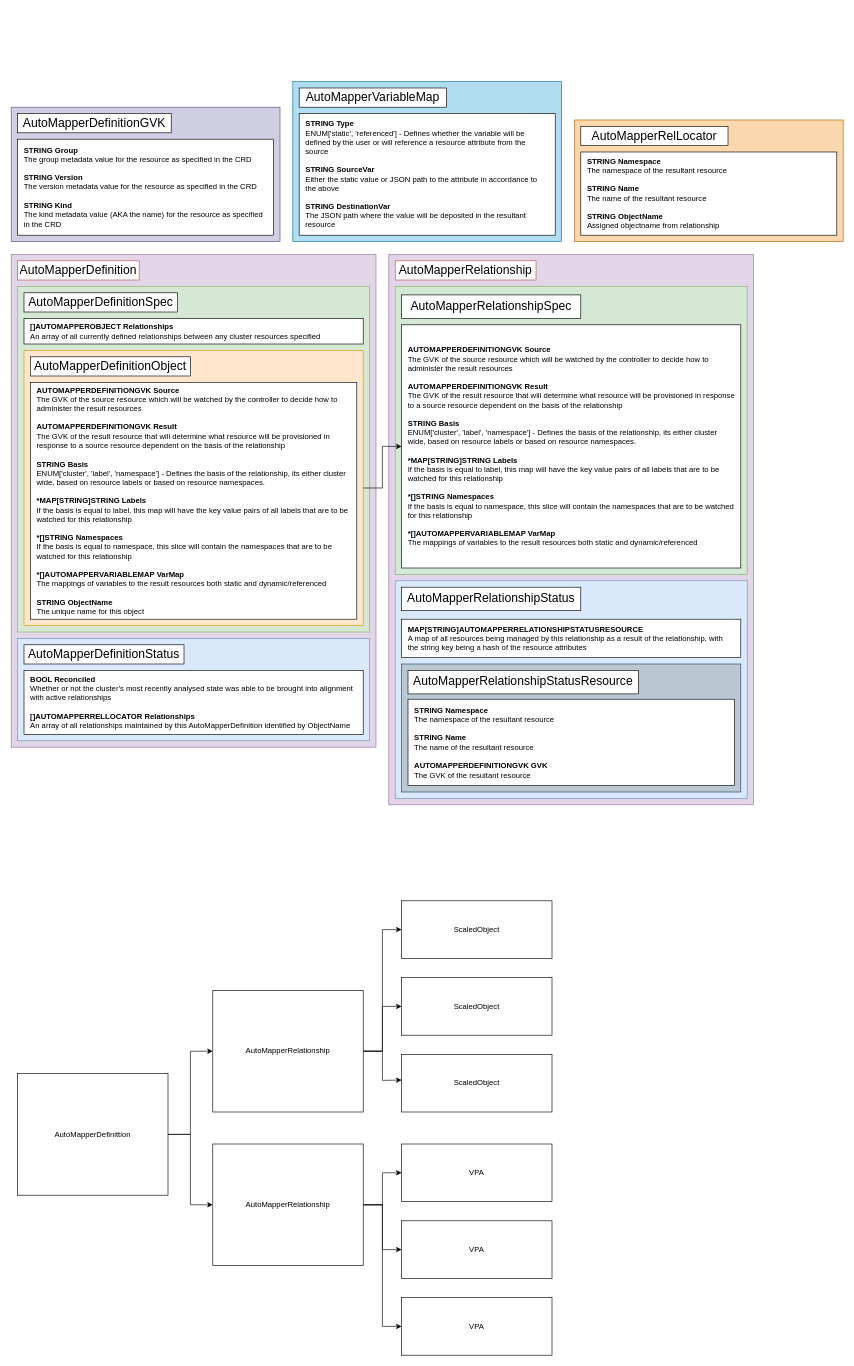
This is lazy/lazyOperator.drawio from DanielTardelli/lazyOperator, a draw.io file, before an edit. Source tidied: cells renumbered, new cells numbered last; positions are measured from the earlier drawing's top-left corner, leaving out a move shared by most shapes. Both pictures are drawn from the tidied source at 64%, with x=0, y=0 at pixel (11, 81).
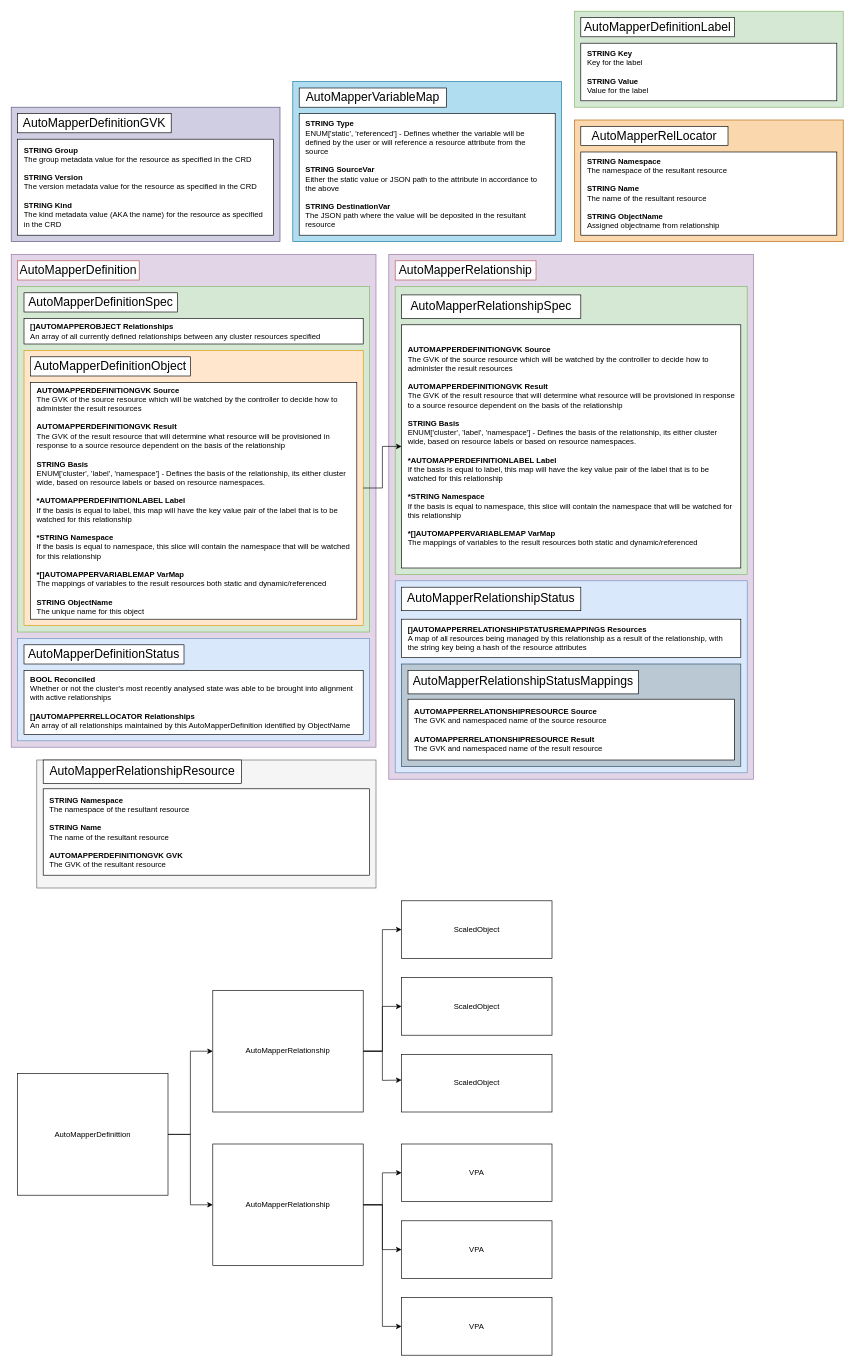
The same page after the edit.

Unchanged cells that the change refers to:
```xml
<mxCell id="10" style="group;" parent="1" vertex="1">
  <mxGeometry x="20" y="420" width="540" height="510" as="geometry" />
</mxCell>
```

Change to the diagram source:
```diff
@@
-    <mxCell id="13" value="&lt;div&gt;&lt;b&gt;AUTOMAPPERDEFINITIONGVK Source&lt;/b&gt;&lt;/div&gt;&lt;div&gt;The GVK of the source resource which will be watched by the controller to decide how to administer the result resources&lt;/div&gt;&lt;div&gt;&lt;br&gt;&lt;/div&gt;&lt;div&gt;&lt;b&gt;AUTOMAPPERDEFINITIONGVK Result&lt;/b&gt;&lt;/div&gt;&lt;div&gt;The GVK of the result resource that will determine what resource will be provisioned in response to a source resource dependent on the basis of the relationship&lt;/div&gt;&lt;div&gt;&lt;br&gt;&lt;/div&gt;&lt;div&gt;&lt;b&gt;STRING Basis&lt;/b&gt;&lt;/div&gt;&lt;div&gt;ENUM['cluster', 'label', 'namespace'] - Defines the basis of the relationship, its either cluster wide, based on resource labels or based on resource namespaces.&lt;/div&gt;&lt;div&gt;&lt;br&gt;&lt;/div&gt;&lt;div&gt;&lt;b&gt;*MAP[STRING]STRING Labels&lt;/b&gt;&lt;/div&gt;&lt;div&gt;If the basis is equal to label, this map will have the key value pairs of all labels that are to be watched for this relationship&lt;/div&gt;&lt;div&gt;&lt;br&gt;&lt;/div&gt;&lt;div&gt;&lt;b&gt;*[]STRING Namespaces&lt;/b&gt;&lt;/div&gt;&lt;div&gt;If the basis is equal to namespace, this slice will contain the namespaces that are to be watched for this relationship&lt;/div&gt;&lt;div&gt;&lt;br&gt;&lt;/div&gt;&lt;div&gt;&lt;b&gt;*[]AUTOMAPPERVARIABLEMAP VarMap&lt;/b&gt;&lt;/div&gt;&lt;div&gt;The mappings of variables to the result resources both static and dynamic/referenced&lt;/div&gt;&lt;div&gt;&lt;br&gt;&lt;/div&gt;&lt;div&gt;&lt;b&gt;STRING ObjectName&lt;/b&gt;&lt;/div&gt;&lt;div&gt;The unique name for this object&lt;/div&gt;" style="rounded=0;whiteSpace=wrap;html=1;align=left;spacing=10;" parent="10" vertex="1">
+    <mxCell id="13" value="&lt;div&gt;&lt;b&gt;AUTOMAPPERDEFINITIONGVK Source&lt;/b&gt;&lt;/div&gt;&lt;div&gt;The GVK of the source resource which will be watched by the controller to decide how to administer the result resources&lt;/div&gt;&lt;div&gt;&lt;br&gt;&lt;/div&gt;&lt;div&gt;&lt;b&gt;AUTOMAPPERDEFINITIONGVK Result&lt;/b&gt;&lt;/div&gt;&lt;div&gt;The GVK of the result resource that will determine what resource will be provisioned in response to a source resource dependent on the basis of the relationship&lt;/div&gt;&lt;div&gt;&lt;br&gt;&lt;/div&gt;&lt;div&gt;&lt;b&gt;STRING Basis&lt;/b&gt;&lt;/div&gt;&lt;div&gt;ENUM['cluster', 'label', 'namespace'] - Defines the basis of the relationship, its either cluster wide, based on resource labels or based on resource namespaces.&lt;/div&gt;&lt;div&gt;&lt;br&gt;&lt;/div&gt;&lt;div&gt;&lt;b&gt;*AUTOMAPPERDEFINITIONLABEL Label&lt;/b&gt;&lt;/div&gt;&lt;div&gt;If the basis is equal to label, this map will have the key value pair of the label that is to be watched for this relationship&lt;/div&gt;&lt;div&gt;&lt;br&gt;&lt;/div&gt;&lt;div&gt;&lt;b&gt;*STRING Namespace&lt;/b&gt;&lt;/div&gt;&lt;div&gt;If the basis is equal to namespace, this slice will contain the namespace that will be watched for this relationship&lt;/div&gt;&lt;div&gt;&lt;br&gt;&lt;/div&gt;&lt;div&gt;&lt;b&gt;*[]AUTOMAPPERVARIABLEMAP VarMap&lt;/b&gt;&lt;/div&gt;&lt;div&gt;The mappings of variables to the result resources both static and dynamic/referenced&lt;/div&gt;&lt;div&gt;&lt;br&gt;&lt;/div&gt;&lt;div&gt;&lt;b&gt;STRING ObjectName&lt;/b&gt;&lt;/div&gt;&lt;div&gt;The unique name for this object&lt;/div&gt;" style="rounded=0;whiteSpace=wrap;html=1;align=left;spacing=10;" parent="10" vertex="1">
       <mxGeometry x="10" y="50" width="510" height="370" as="geometry" />
     </mxCell>
@@
     <mxCell id="23" style="rounded=0;whiteSpace=wrap;html=1;fillColor=#e1d5e7;strokeColor=#9673a6;" parent="1" vertex="1">
-      <mxGeometry x="590" y="270" width="570" height="860" as="geometry" />
+      <mxGeometry x="590" y="270" width="570" height="820" as="geometry" />
     </mxCell>
@@
-    <mxCell id="26" value="&lt;div&gt;&lt;b&gt;AUTOMAPPERDEFINITIONGVK Source&lt;/b&gt;&lt;/div&gt;&lt;div&gt;The GVK of the source resource which will be watched by the controller to decide how to administer the result resources&lt;/div&gt;&lt;div&gt;&lt;br&gt;&lt;/div&gt;&lt;div&gt;&lt;b&gt;AUTOMAPPERDEFINITIONGVK Result&lt;/b&gt;&lt;/div&gt;&lt;div&gt;The GVK of the result resource that will determine what resource will be provisioned in response to a source resource dependent on the basis of the relationship&lt;/div&gt;&lt;div&gt;&lt;br&gt;&lt;/div&gt;&lt;div&gt;&lt;b&gt;STRING Basis&lt;/b&gt;&lt;/div&gt;&lt;div&gt;ENUM['cluster', 'label', 'namespace'] - Defines the basis of the relationship, its either cluster wide, based on resource labels or based on resource namespaces.&lt;/div&gt;&lt;div&gt;&lt;br&gt;&lt;/div&gt;&lt;div&gt;&lt;b&gt;*MAP[STRING]STRING Labels&lt;/b&gt;&lt;/div&gt;&lt;div&gt;If the basis is equal to label, this map will have the key value pairs of all labels that are to be watched for this relationship&lt;/div&gt;&lt;div&gt;&lt;br&gt;&lt;/div&gt;&lt;div&gt;&lt;b&gt;*[]STRING Namespaces&lt;/b&gt;&lt;/div&gt;&lt;div&gt;If the basis is equal to namespace, this slice will contain the namespaces that are to be watched for this relationship&lt;/div&gt;&lt;div&gt;&lt;br&gt;&lt;/div&gt;&lt;div&gt;&lt;b&gt;*[]AUTOMAPPERVARIABLEMAP VarMap&lt;/b&gt;&lt;/div&gt;&lt;div&gt;The mappings of variables to the result resources both static and dynamic/referenced&lt;/div&gt;" style="rounded=0;whiteSpace=wrap;html=1;align=left;spacing=10;" parent="1" vertex="1">
+    <mxCell id="26" value="&lt;div&gt;&lt;b&gt;AUTOMAPPERDEFINITIONGVK Source&lt;/b&gt;&lt;/div&gt;&lt;div&gt;The GVK of the source resource which will be watched by the controller to decide how to administer the result resources&lt;/div&gt;&lt;div&gt;&lt;br&gt;&lt;/div&gt;&lt;div&gt;&lt;b&gt;AUTOMAPPERDEFINITIONGVK Result&lt;/b&gt;&lt;/div&gt;&lt;div&gt;The GVK of the result resource that will determine what resource will be provisioned in response to a source resource dependent on the basis of the relationship&lt;/div&gt;&lt;div&gt;&lt;br&gt;&lt;/div&gt;&lt;div&gt;&lt;b&gt;STRING Basis&lt;/b&gt;&lt;/div&gt;&lt;div&gt;ENUM['cluster', 'label', 'namespace'] - Defines the basis of the relationship, its either cluster wide, based on resource labels or based on resource namespaces.&lt;/div&gt;&lt;div&gt;&lt;br&gt;&lt;/div&gt;&lt;div&gt;&lt;b&gt;*AUTOMAPPERDEFINITIONLABEL Label&lt;/b&gt;&lt;/div&gt;&lt;div&gt;If the basis is equal to label, this map will have the key value pair of the label that is to be watched for this relationship&lt;/div&gt;&lt;div&gt;&lt;br&gt;&lt;/div&gt;&lt;div&gt;&lt;b&gt;*STRING Namespace&lt;/b&gt;&lt;/div&gt;&lt;div&gt;If the basis is equal to namespace, this slice will contain the namespace that will be watched for this relationship&lt;/div&gt;&lt;div&gt;&lt;br&gt;&lt;/div&gt;&lt;div&gt;&lt;b&gt;*[]AUTOMAPPERVARIABLEMAP VarMap&lt;/b&gt;&lt;/div&gt;&lt;div&gt;The mappings of variables to the result resources both static and dynamic/referenced&lt;/div&gt;" style="rounded=0;whiteSpace=wrap;html=1;align=left;spacing=10;" parent="1" vertex="1">
       <mxGeometry x="610" y="380" width="530" height="380" as="geometry" />
     </mxCell>
-    <mxCell id="27" style="group;" parent="1" vertex="1">
-      <mxGeometry x="600" y="780" width="550" height="340" as="geometry" />
-    </mxCell>
-    <mxCell id="28" style="rounded=0;whiteSpace=wrap;html=1;fillColor=#dae8fc;strokeColor=#6c8ebf;" parent="27" vertex="1">
-      <mxGeometry width="550" height="340" as="geometry" />
-    </mxCell>
-    <mxCell id="29" style="group;" parent="27" vertex="1">
-      <mxGeometry x="10" y="10" width="530" height="320" as="geometry" />
-    </mxCell>
-    <mxCell id="30" value="&lt;div&gt;&lt;b&gt;MAP[STRING]AUTOMAPPERRELATIONSHIPSTATUSRESOURCE&lt;/b&gt;&lt;/div&gt;&lt;div&gt;A map of all resources being managed by this relationship as a result of the relationship, with the string key being a hash of the resource attributes&lt;/div&gt;" style="rounded=0;whiteSpace=wrap;html=1;align=left;spacing=10;" parent="29" vertex="1">
-      <mxGeometry y="50" width="530" height="60" as="geometry" />
-    </mxCell>
-    <mxCell id="31" value="&lt;div&gt;AutoMapperRelationshipStatus&lt;/div&gt;" style="text;html=1;align=center;verticalAlign=middle;whiteSpace=wrap;rounded=0;fontSize=19;fillColor=default;strokeColor=default;" parent="29" vertex="1">
-      <mxGeometry width="280" height="36.7" as="geometry" />
-    </mxCell>
-    <mxCell id="32" style="rounded=0;whiteSpace=wrap;html=1;fillColor=#bac8d3;strokeColor=#23445d;" parent="29" vertex="1">
-      <mxGeometry y="120" width="530" height="200" as="geometry" />
-    </mxCell>
-    <mxCell id="33" value="AutoMapperRelationshipStatusResource" style="text;html=1;align=center;verticalAlign=middle;whiteSpace=wrap;rounded=0;fontSize=19;fillColor=default;strokeColor=default;" parent="29" vertex="1">
-      <mxGeometry x="10" y="130" width="360" height="36.7" as="geometry" />
-    </mxCell>
-    <mxCell id="34" value="&lt;div&gt;&lt;b&gt;STRING Namespace&lt;/b&gt;&lt;/div&gt;&lt;div&gt;The namespace of the resultant resource&amp;nbsp;&lt;/div&gt;&lt;div&gt;&lt;br&gt;&lt;/div&gt;&lt;div&gt;&lt;b&gt;STRING Name&lt;/b&gt;&lt;/div&gt;&lt;div&gt;The name of the resultant resource&lt;/div&gt;&lt;div&gt;&lt;br&gt;&lt;/div&gt;&lt;div&gt;&lt;b&gt;AUTOMAPPERDEFINITIONGVK GVK&lt;/b&gt;&lt;/div&gt;&lt;div&gt;The GVK of the resultant resource&lt;/div&gt;" style="rounded=0;whiteSpace=wrap;html=1;align=left;spacing=10;" parent="29" vertex="1">
-      <mxGeometry x="10" y="175" width="510" height="135" as="geometry" />
-    </mxCell>
@@
+    <mxCell id="58" style="rounded=0;whiteSpace=wrap;html=1;fillColor=#f5f5f5;fontColor=#333333;strokeColor=#666666;" parent="1" vertex="1">
+      <mxGeometry x="40" y="1060" width="530" height="200" as="geometry" />
+    </mxCell>
+    <mxCell id="59" value="AutoMapperRelationshipResource" style="text;html=1;align=center;verticalAlign=middle;whiteSpace=wrap;rounded=0;fontSize=19;fillColor=default;strokeColor=default;" parent="1" vertex="1">
+      <mxGeometry x="50" y="1060" width="310" height="36.7" as="geometry" />
+    </mxCell>
+    <mxCell id="60" value="&lt;div&gt;&lt;b&gt;STRING Namespace&lt;/b&gt;&lt;/div&gt;&lt;div&gt;The namespace of the resultant resource&amp;nbsp;&lt;/div&gt;&lt;div&gt;&lt;br&gt;&lt;/div&gt;&lt;div&gt;&lt;b&gt;STRING Name&lt;/b&gt;&lt;/div&gt;&lt;div&gt;The name of the resultant resource&lt;/div&gt;&lt;div&gt;&lt;br&gt;&lt;/div&gt;&lt;div&gt;&lt;b&gt;AUTOMAPPERDEFINITIONGVK GVK&lt;/b&gt;&lt;/div&gt;&lt;div&gt;The GVK of the resultant resource&lt;/div&gt;" style="rounded=0;whiteSpace=wrap;html=1;align=left;spacing=10;" parent="1" vertex="1">
+      <mxGeometry x="50" y="1105" width="510" height="135" as="geometry" />
+    </mxCell>
+    <mxCell id="28" style="rounded=0;whiteSpace=wrap;html=1;fillColor=#dae8fc;strokeColor=#6c8ebf;" parent="1" vertex="1">
+      <mxGeometry x="600" y="780" width="550" height="300" as="geometry" />
+    </mxCell>
+    <mxCell id="29" style="group;" parent="1" vertex="1">
+      <mxGeometry x="610" y="790" width="530" height="320" as="geometry" />
+    </mxCell>
+    <mxCell id="30" value="&lt;div&gt;&lt;b&gt;[]AUTOMAPPERRELATIONSHIPSTATUSREMAPPINGS Resources&lt;/b&gt;&lt;/div&gt;&lt;div&gt;A map of all resources being managed by this relationship as a result of the relationship, with the string key being a hash of the resource attributes&lt;/div&gt;" style="rounded=0;whiteSpace=wrap;html=1;align=left;spacing=10;" parent="29" vertex="1">
+      <mxGeometry y="50" width="530" height="60" as="geometry" />
+    </mxCell>
+    <mxCell id="31" value="&lt;div&gt;AutoMapperRelationshipStatus&lt;/div&gt;" style="text;html=1;align=center;verticalAlign=middle;whiteSpace=wrap;rounded=0;fontSize=19;fillColor=default;strokeColor=default;" parent="29" vertex="1">
+      <mxGeometry width="280" height="36.7" as="geometry" />
+    </mxCell>
+    <mxCell id="32" style="rounded=0;whiteSpace=wrap;html=1;fillColor=#bac8d3;strokeColor=#23445d;" parent="29" vertex="1">
+      <mxGeometry y="120" width="530" height="160" as="geometry" />
+    </mxCell>
+    <mxCell id="33" value="AutoMapperRelationshipStatusMappings" style="text;html=1;align=center;verticalAlign=middle;whiteSpace=wrap;rounded=0;fontSize=19;fillColor=default;strokeColor=default;" parent="29" vertex="1">
+      <mxGeometry x="10" y="130" width="360" height="36.7" as="geometry" />
+    </mxCell>
+    <mxCell id="34" value="&lt;div&gt;&lt;b&gt;AUTOMAPPERRELATIONSHIPRESOURCE Source&lt;/b&gt;&lt;/div&gt;&lt;div&gt;The GVK and namespaced name of the source resource&lt;/div&gt;&lt;div&gt;&lt;br&gt;&lt;/div&gt;&lt;div&gt;&lt;b&gt;AUTOMAPPERRELATIONSHIPRESOURCE Result&lt;/b&gt;&lt;/div&gt;&lt;div&gt;The GVK and namespaced name of the result resource&lt;/div&gt;" style="rounded=0;whiteSpace=wrap;html=1;align=left;spacing=10;" parent="29" vertex="1">
+      <mxGeometry x="10" y="175" width="510" height="95" as="geometry" />
+    </mxCell>
+    <mxCell id="61" style="group;" parent="1" vertex="1">
+      <mxGeometry x="880" y="-110" width="420" height="150" as="geometry" />
+    </mxCell>
+    <mxCell id="62" style="rounded=0;whiteSpace=wrap;html=1;fillColor=#d5e8d4;strokeColor=#82b366;" parent="61" vertex="1">
+      <mxGeometry width="420" height="150" as="geometry" />
+    </mxCell>
+    <mxCell id="63" value="AutoMapperDefinitionLabel" style="text;html=1;align=center;verticalAlign=middle;whiteSpace=wrap;rounded=0;fontSize=19;fillColor=default;gradientColor=none;strokeColor=default;" parent="61" vertex="1">
+      <mxGeometry x="10" y="10" width="240" height="30" as="geometry" />
+    </mxCell>
+    <mxCell id="64" value="&lt;div&gt;&lt;b&gt;STRING Key&lt;/b&gt;&lt;/div&gt;&lt;div&gt;Key for the label&lt;/div&gt;&lt;div&gt;&lt;br&gt;&lt;/div&gt;&lt;div&gt;&lt;b&gt;STRING Value&lt;/b&gt;&lt;/div&gt;&lt;div&gt;Value for the label&lt;/div&gt;" style="rounded=0;whiteSpace=wrap;html=1;align=left;spacing=10;" parent="61" vertex="1">
+      <mxGeometry x="10" y="50" width="400" height="90" as="geometry" />
+    </mxCell>
```
